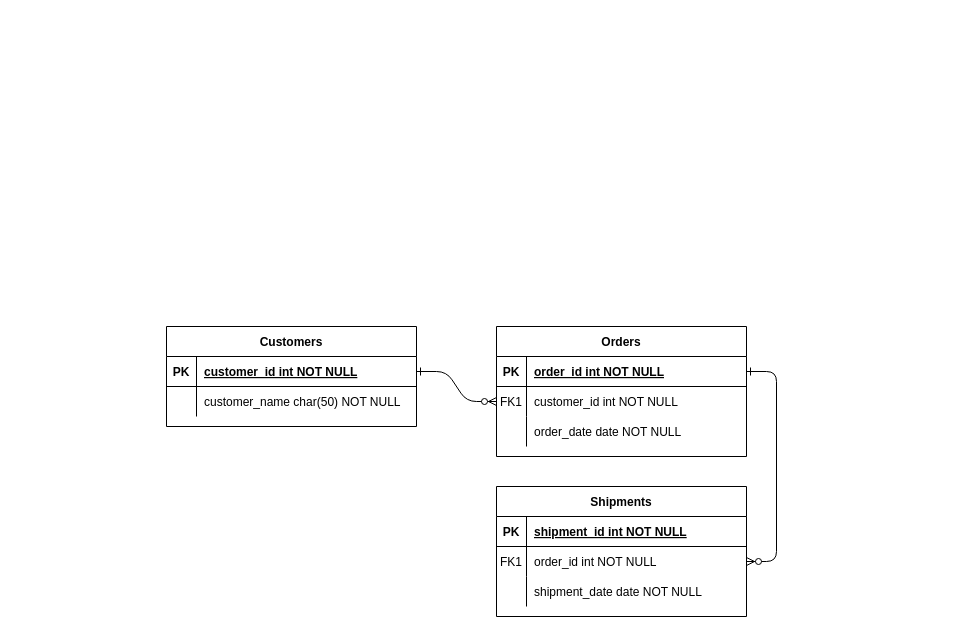
This is Transportadora.drawio from JonazOliveira/SQL-DIAGRAMS-ER, a draw.io file, before an edit. Source tidied: cells renumbered, new cells numbered last; positions are measured from the earlier drawing's top-left corner, leaving out a move shared by most shapes. Both pictures are drawn from the tidied source at 100%, with x=0, y=0 at pixel (166, 326).
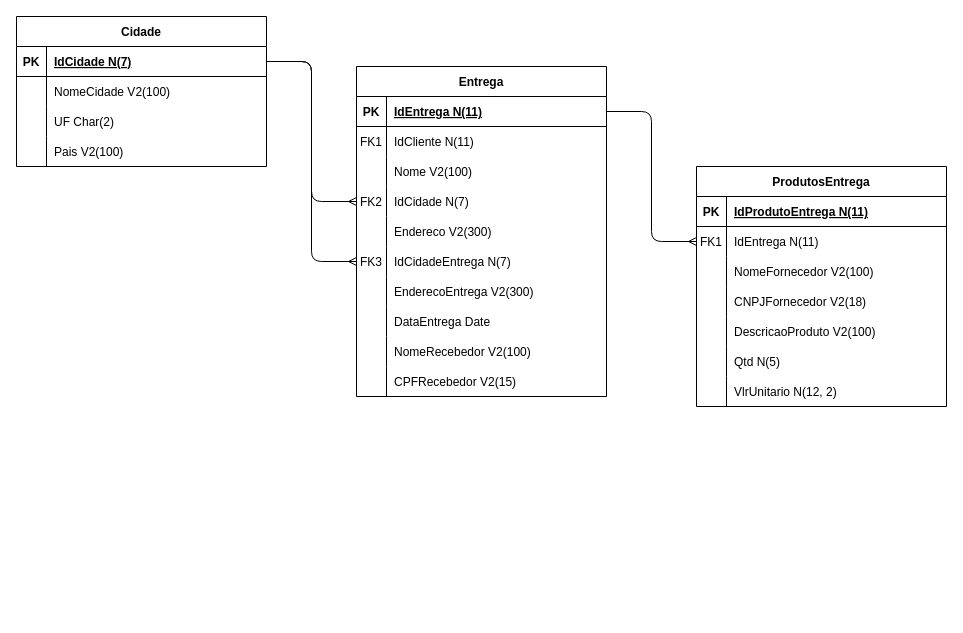
After the change.

The change refers to these unchanged cells:
```xml
<mxCell id="5" style="shape=partialRectangle;fillColor=none;points=[[0,0.5],[1,0.5]];portConstraint=eastwest;top=0;left=0;right=0;bottom=1;" parent="4" vertex="1">
  <mxGeometry y="30" width="250" height="30" as="geometry" />
</mxCell>
<mxCell id="8" style="shape=partialRectangle;fillColor=none;points=[[0,0.5],[1,0.5]];portConstraint=eastwest;top=0;left=0;right=0;bottom=0;" parent="4" vertex="1">
  <mxGeometry y="60" width="250" height="30" as="geometry" />
</mxCell>
<mxCell id="11" style="shape=partialRectangle;fillColor=none;top=0;left=0;right=0;bottom=0;" parent="4" vertex="1">
  <mxGeometry y="90" width="250" height="30" as="geometry" />
</mxCell>
<mxCell id="15" style="shape=partialRectangle;fillColor=none;top=0;left=0;right=0;bottom=1;" parent="14" vertex="1">
  <mxGeometry y="30" width="250" height="30" as="geometry" />
</mxCell>
<mxCell id="18" style="shape=partialRectangle;fillColor=none;points=[[0,0.5],[1,0.5]];portConstraint=eastwest;top=0;left=0;right=0;bottom=0;" parent="14" vertex="1">
  <mxGeometry y="60" width="250" height="30" as="geometry" />
</mxCell>
<mxCell id="21" style="shape=partialRectangle;fillColor=none;top=0;left=0;right=0;bottom=0;" parent="14" vertex="1">
  <mxGeometry y="90" width="250" height="30" as="geometry" />
</mxCell>
<mxCell id="25" style="shape=partialRectangle;fillColor=none;points=[[0,0.5],[1,0.5]];portConstraint=eastwest;top=0;left=0;right=0;bottom=1;" parent="24" vertex="1">
  <mxGeometry y="30" width="250" height="30" as="geometry" />
</mxCell>
```

The edit, as a diff of the source:
```diff
@@
-    <mxCell id="2" style="edgeStyle=entityRelationEdgeStyle;endArrow=ERzeroToMany;startArrow=ERone;endFill=1;startFill=0;" parent="1" edge="1" source="25" target="8">
-      <mxGeometry relative="1" as="geometry" />
-    </mxCell>
-    <mxCell id="3" style="edgeStyle=entityRelationEdgeStyle;endArrow=ERzeroToMany;startArrow=ERone;endFill=1;startFill=0;" parent="1" edge="1" source="5" target="18">
-      <mxGeometry relative="1" as="geometry" />
-    </mxCell>
-    <mxCell id="4" value="Orders" style="shape=table;startSize=30;childLayout=tableLayout;rowLines=0;fontStyle=1;align=center;" parent="1" vertex="1">
-      <mxGeometry x="330" width="250" height="130" as="geometry" />
+    <mxCell id="4" value="Cidade" style="shape=table;startSize=30;childLayout=tableLayout;rowLines=0;fontStyle=1;align=center;rounded=0;swimlaneLine=1;shadow=0;" parent="1" vertex="1">
+      <mxGeometry x="-150" y="-310" width="250" height="150" as="geometry" />
     </mxCell>
@@
-    <mxCell id="7" value="order_id int NOT NULL " style="shape=partialRectangle;overflow=hidden;fillColor=none;top=0;left=0;bottom=0;right=0;align=left;spacingLeft=6;fontStyle=5;" parent="5" vertex="1">
+    <mxCell id="7" value="IdCidade N(7)" style="shape=partialRectangle;overflow=hidden;fillColor=none;top=0;left=0;bottom=0;right=0;align=left;spacingLeft=6;fontStyle=5;" parent="5" vertex="1">
       <mxGeometry x="30" width="220" height="30" as="geometry" />
     </mxCell>
@@
-    <mxCell id="9" value="FK1" style="shape=partialRectangle;overflow=hidden;fillColor=none;top=0;left=0;bottom=0;right=0;" parent="8" vertex="1">
+    <mxCell id="9" style="shape=partialRectangle;overflow=hidden;fillColor=none;top=0;left=0;bottom=0;right=0;" parent="8" vertex="1">
       <mxGeometry width="30" height="30" as="geometry" />
     </mxCell>
-    <mxCell id="10" value="customer_id int NOT NULL" style="shape=partialRectangle;overflow=hidden;fillColor=none;top=0;left=0;bottom=0;right=0;align=left;spacingLeft=6;" parent="8" vertex="1">
+    <mxCell id="10" value="NomeCidade V2(100)" style="shape=partialRectangle;overflow=hidden;fillColor=none;top=0;left=0;bottom=0;right=0;align=left;spacingLeft=6;" parent="8" vertex="1">
       <mxGeometry x="30" width="220" height="30" as="geometry" />
     </mxCell>
@@
-    <mxCell id="13" value="order_date date NOT NULL" style="shape=partialRectangle;overflow=hidden;fillColor=none;top=0;left=0;bottom=0;right=0;align=left;spacingLeft=6;" parent="11" vertex="1">
+    <mxCell id="13" value="UF Char(2)" style="shape=partialRectangle;overflow=hidden;fillColor=none;top=0;left=0;bottom=0;right=0;align=left;spacingLeft=6;" parent="11" vertex="1">
       <mxGeometry x="30" width="220" height="30" as="geometry" />
     </mxCell>
+    <mxCell id="31" style="shape=partialRectangle;fillColor=none;top=0;left=0;right=0;bottom=0;" parent="4" vertex="1">
+      <mxGeometry y="120" width="250" height="30" as="geometry" />
+    </mxCell>
+    <mxCell id="32" style="shape=partialRectangle;overflow=hidden;fillColor=none;top=0;left=0;bottom=0;right=0;" parent="31" vertex="1">
+      <mxGeometry width="30" height="30" as="geometry" />
+    </mxCell>
+    <mxCell id="33" value="Pais V2(100)" style="shape=partialRectangle;overflow=hidden;fillColor=none;top=0;left=0;bottom=0;right=0;align=left;spacingLeft=6;" parent="31" vertex="1">
+      <mxGeometry x="30" width="220" height="30" as="geometry" />
+    </mxCell>
-    <mxCell id="14" value="Shipments" style="shape=table;startSize=30;childLayout=tableLayout;rowLines=0;fontStyle=1;align=center;" parent="1" vertex="1">
-      <mxGeometry x="330" y="160" width="250" height="130" as="geometry" />
+    <mxCell id="14" value="ProdutosEntrega" style="shape=table;startSize=30;childLayout=tableLayout;rowLines=0;fontStyle=1;align=center;" parent="1" vertex="1">
+      <mxGeometry x="530" y="-160" width="250" height="240" as="geometry" />
     </mxCell>
@@
-    <mxCell id="17" value="shipment_id int NOT NULL " style="shape=partialRectangle;overflow=hidden;fillColor=none;top=0;left=0;bottom=0;right=0;align=left;spacingLeft=6;fontStyle=5;" parent="15" vertex="1">
+    <mxCell id="17" value="IdProdutoEntrega N(11)" style="shape=partialRectangle;overflow=hidden;fillColor=none;top=0;left=0;bottom=0;right=0;align=left;spacingLeft=6;fontStyle=5;" parent="15" vertex="1">
       <mxGeometry x="30" width="220" height="30" as="geometry" />
     </mxCell>
@@
-    <mxCell id="20" value="order_id int NOT NULL" style="shape=partialRectangle;overflow=hidden;fillColor=none;top=0;left=0;bottom=0;right=0;align=left;spacingLeft=6;" parent="18" vertex="1">
+    <mxCell id="20" value="IdEntrega N(11)" style="shape=partialRectangle;overflow=hidden;fillColor=none;top=0;left=0;bottom=0;right=0;align=left;spacingLeft=6;" parent="18" vertex="1">
       <mxGeometry x="30" width="220" height="30" as="geometry" />
     </mxCell>
@@
-    <mxCell id="23" value="shipment_date date NOT NULL" style="shape=partialRectangle;overflow=hidden;fillColor=none;top=0;left=0;bottom=0;right=0;align=left;spacingLeft=6;" parent="21" vertex="1">
+    <mxCell id="23" value="NomeFornecedor V2(100)" style="shape=partialRectangle;overflow=hidden;fillColor=none;top=0;left=0;bottom=0;right=0;align=left;spacingLeft=6;" parent="21" vertex="1">
       <mxGeometry x="30" width="220" height="30" as="geometry" />
     </mxCell>
+    <mxCell id="34" style="shape=partialRectangle;fillColor=none;top=0;left=0;right=0;bottom=0;" parent="14" vertex="1">
+      <mxGeometry y="120" width="250" height="30" as="geometry" />
+    </mxCell>
+    <mxCell id="35" style="shape=partialRectangle;overflow=hidden;fillColor=none;top=0;left=0;bottom=0;right=0;" parent="34" vertex="1">
+      <mxGeometry width="30" height="30" as="geometry" />
+    </mxCell>
+    <mxCell id="36" value="CNPJFornecedor V2(18)" style="shape=partialRectangle;overflow=hidden;fillColor=none;top=0;left=0;bottom=0;right=0;align=left;spacingLeft=6;" parent="34" vertex="1">
+      <mxGeometry x="30" width="220" height="30" as="geometry" />
+    </mxCell>
+    <mxCell id="37" style="shape=partialRectangle;fillColor=none;top=0;left=0;right=0;bottom=0;" parent="14" vertex="1">
+      <mxGeometry y="150" width="250" height="30" as="geometry" />
+    </mxCell>
+    <mxCell id="38" style="shape=partialRectangle;overflow=hidden;fillColor=none;top=0;left=0;bottom=0;right=0;" parent="37" vertex="1">
+      <mxGeometry width="30" height="30" as="geometry" />
+    </mxCell>
+    <mxCell id="39" value="DescricaoProduto V2(100)" style="shape=partialRectangle;overflow=hidden;fillColor=none;top=0;left=0;bottom=0;right=0;align=left;spacingLeft=6;" parent="37" vertex="1">
+      <mxGeometry x="30" width="220" height="30" as="geometry" />
+    </mxCell>
+    <mxCell id="40" style="shape=partialRectangle;fillColor=none;top=0;left=0;right=0;bottom=0;" parent="14" vertex="1">
+      <mxGeometry y="180" width="250" height="30" as="geometry" />
+    </mxCell>
+    <mxCell id="41" style="shape=partialRectangle;overflow=hidden;fillColor=none;top=0;left=0;bottom=0;right=0;" parent="40" vertex="1">
+      <mxGeometry width="30" height="30" as="geometry" />
+    </mxCell>
+    <mxCell id="42" value="Qtd N(5)" style="shape=partialRectangle;overflow=hidden;fillColor=none;top=0;left=0;bottom=0;right=0;align=left;spacingLeft=6;" parent="40" vertex="1">
+      <mxGeometry x="30" width="220" height="30" as="geometry" />
+    </mxCell>
+    <mxCell id="43" style="shape=partialRectangle;fillColor=none;top=0;left=0;right=0;bottom=0;" parent="14" vertex="1">
+      <mxGeometry y="210" width="250" height="30" as="geometry" />
+    </mxCell>
+    <mxCell id="44" style="shape=partialRectangle;overflow=hidden;fillColor=none;top=0;left=0;bottom=0;right=0;" parent="43" vertex="1">
+      <mxGeometry width="30" height="30" as="geometry" />
+    </mxCell>
+    <mxCell id="45" value="VlrUnitario N(12, 2)" style="shape=partialRectangle;overflow=hidden;fillColor=none;top=0;left=0;bottom=0;right=0;align=left;spacingLeft=6;" parent="43" vertex="1">
+      <mxGeometry x="30" width="220" height="30" as="geometry" />
+    </mxCell>
-    <mxCell id="24" value="Customers" style="shape=table;startSize=30;childLayout=tableLayout;rowLines=0;fontStyle=1;align=center;" parent="1" vertex="1">
-      <mxGeometry width="250" height="100" as="geometry" />
+    <mxCell id="24" value="Entrega" style="shape=table;startSize=30;childLayout=tableLayout;rowLines=0;fontStyle=1;align=center;" parent="1" vertex="1">
+      <mxGeometry x="190" y="-260" width="250" height="330" as="geometry" />
     </mxCell>
@@
-    <mxCell id="27" value="customer_id int NOT NULL " style="shape=partialRectangle;overflow=hidden;fillColor=none;top=0;left=0;bottom=0;right=0;align=left;spacingLeft=6;fontStyle=5;" parent="25" vertex="1">
+    <mxCell id="27" value="IdEntrega N(11)" style="shape=partialRectangle;overflow=hidden;fillColor=none;top=0;left=0;bottom=0;right=0;align=left;spacingLeft=6;fontStyle=5;" parent="25" vertex="1">
       <mxGeometry x="30" width="220" height="30" as="geometry" />
     </mxCell>
+    <mxCell id="46" style="shape=partialRectangle;fillColor=none;top=0;left=0;right=0;bottom=0;" parent="24" vertex="1">
+      <mxGeometry y="60" width="250" height="30" as="geometry" />
+    </mxCell>
+    <mxCell id="47" value="FK1" style="shape=partialRectangle;overflow=hidden;fillColor=none;top=0;left=0;bottom=0;right=0;" parent="46" vertex="1">
+      <mxGeometry width="30" height="30" as="geometry" />
+    </mxCell>
+    <mxCell id="48" value="IdCliente N(11)" style="shape=partialRectangle;overflow=hidden;fillColor=none;top=0;left=0;bottom=0;right=0;align=left;spacingLeft=6;" parent="46" vertex="1">
+      <mxGeometry x="30" width="220" height="30" as="geometry" />
+    </mxCell>
     <mxCell id="28" style="shape=partialRectangle;fillColor=none;top=0;left=0;right=0;bottom=0;" parent="24" vertex="1">
-      <mxGeometry y="60" width="250" height="30" as="geometry" />
+      <mxGeometry y="90" width="250" height="30" as="geometry" />
     </mxCell>
@@
-    <mxCell id="30" value="customer_name char(50) NOT NULL" style="shape=partialRectangle;overflow=hidden;fillColor=none;top=0;left=0;bottom=0;right=0;align=left;spacingLeft=6;" parent="28" vertex="1">
+    <mxCell id="30" value="Nome V2(100)" style="shape=partialRectangle;overflow=hidden;fillColor=none;top=0;left=0;bottom=0;right=0;align=left;spacingLeft=6;" parent="28" vertex="1">
       <mxGeometry x="30" width="220" height="30" as="geometry" />
     </mxCell>
+    <mxCell id="49" style="shape=partialRectangle;fillColor=none;points=[[0,0.5],[1,0.5]];portConstraint=eastwest;top=0;left=0;right=0;bottom=0;" parent="24" vertex="1">
+      <mxGeometry y="120" width="250" height="30" as="geometry" />
+    </mxCell>
+    <mxCell id="50" value="FK2" style="shape=partialRectangle;overflow=hidden;fillColor=none;top=0;left=0;bottom=0;right=0;" parent="49" vertex="1">
+      <mxGeometry width="30" height="30" as="geometry" />
+    </mxCell>
+    <mxCell id="51" value="IdCidade N(7)" style="shape=partialRectangle;overflow=hidden;fillColor=none;top=0;left=0;bottom=0;right=0;align=left;spacingLeft=6;" parent="49" vertex="1">
+      <mxGeometry x="30" width="220" height="30" as="geometry" />
+    </mxCell>
+    <mxCell id="52" style="shape=partialRectangle;fillColor=none;top=0;left=0;right=0;bottom=0;" parent="24" vertex="1">
+      <mxGeometry y="150" width="250" height="30" as="geometry" />
+    </mxCell>
+    <mxCell id="53" style="shape=partialRectangle;overflow=hidden;fillColor=none;top=0;left=0;bottom=0;right=0;" parent="52" vertex="1">
+      <mxGeometry width="30" height="30" as="geometry" />
+    </mxCell>
+    <mxCell id="54" value="Endereco V2(300)" style="shape=partialRectangle;overflow=hidden;fillColor=none;top=0;left=0;bottom=0;right=0;align=left;spacingLeft=6;" parent="52" vertex="1">
+      <mxGeometry x="30" width="220" height="30" as="geometry" />
+    </mxCell>
+    <mxCell id="55" style="shape=partialRectangle;fillColor=none;points=[[0,0.5],[1,0.5]];portConstraint=eastwest;top=0;left=0;right=0;bottom=0;" parent="24" vertex="1">
+      <mxGeometry y="180" width="250" height="30" as="geometry" />
+    </mxCell>
+    <mxCell id="56" value="FK3" style="shape=partialRectangle;overflow=hidden;fillColor=none;top=0;left=0;bottom=0;right=0;" parent="55" vertex="1">
+      <mxGeometry width="30" height="30" as="geometry" />
+    </mxCell>
+    <mxCell id="57" value="IdCidadeEntrega N(7)" style="shape=partialRectangle;overflow=hidden;fillColor=none;top=0;left=0;bottom=0;right=0;align=left;spacingLeft=6;" parent="55" vertex="1">
+      <mxGeometry x="30" width="220" height="30" as="geometry" />
+    </mxCell>
+    <mxCell id="58" style="shape=partialRectangle;fillColor=none;top=0;left=0;right=0;bottom=0;" parent="24" vertex="1">
+      <mxGeometry y="210" width="250" height="30" as="geometry" />
+    </mxCell>
+    <mxCell id="59" style="shape=partialRectangle;overflow=hidden;fillColor=none;top=0;left=0;bottom=0;right=0;" parent="58" vertex="1">
+      <mxGeometry width="30" height="30" as="geometry" />
+    </mxCell>
+    <mxCell id="60" value="EnderecoEntrega V2(300)" style="shape=partialRectangle;overflow=hidden;fillColor=none;top=0;left=0;bottom=0;right=0;align=left;spacingLeft=6;" parent="58" vertex="1">
+      <mxGeometry x="30" width="220" height="30" as="geometry" />
+    </mxCell>
+    <mxCell id="61" style="shape=partialRectangle;fillColor=none;top=0;left=0;right=0;bottom=0;" parent="24" vertex="1">
+      <mxGeometry y="240" width="250" height="30" as="geometry" />
+    </mxCell>
+    <mxCell id="62" style="shape=partialRectangle;overflow=hidden;fillColor=none;top=0;left=0;bottom=0;right=0;" parent="61" vertex="1">
+      <mxGeometry width="30" height="30" as="geometry" />
+    </mxCell>
+    <mxCell id="63" value="DataEntrega Date" style="shape=partialRectangle;overflow=hidden;fillColor=none;top=0;left=0;bottom=0;right=0;align=left;spacingLeft=6;" parent="61" vertex="1">
+      <mxGeometry x="30" width="220" height="30" as="geometry" />
+    </mxCell>
+    <mxCell id="64" style="shape=partialRectangle;fillColor=none;top=0;left=0;right=0;bottom=0;" parent="24" vertex="1">
+      <mxGeometry y="270" width="250" height="30" as="geometry" />
+    </mxCell>
+    <mxCell id="65" style="shape=partialRectangle;overflow=hidden;fillColor=none;top=0;left=0;bottom=0;right=0;" parent="64" vertex="1">
+      <mxGeometry width="30" height="30" as="geometry" />
+    </mxCell>
+    <mxCell id="66" value="NomeRecebedor V2(100)" style="shape=partialRectangle;overflow=hidden;fillColor=none;top=0;left=0;bottom=0;right=0;align=left;spacingLeft=6;" parent="64" vertex="1">
+      <mxGeometry x="30" width="220" height="30" as="geometry" />
+    </mxCell>
+    <mxCell id="67" style="shape=partialRectangle;fillColor=none;top=0;left=0;right=0;bottom=0;" parent="24" vertex="1">
+      <mxGeometry y="300" width="250" height="30" as="geometry" />
+    </mxCell>
+    <mxCell id="68" style="shape=partialRectangle;overflow=hidden;fillColor=none;top=0;left=0;bottom=0;right=0;" parent="67" vertex="1">
+      <mxGeometry width="30" height="30" as="geometry" />
+    </mxCell>
+    <mxCell id="69" value="CPFRecebedor V2(15)" style="shape=partialRectangle;overflow=hidden;fillColor=none;top=0;left=0;bottom=0;right=0;align=left;spacingLeft=6;" parent="67" vertex="1">
+      <mxGeometry x="30" width="220" height="30" as="geometry" />
+    </mxCell>
+    <mxCell id="70" style="edgeStyle=orthogonalEdgeStyle;rounded=1;jettySize=auto;html=1;exitX=1;exitY=0.5;exitDx=0;exitDy=0;entryX=0;entryY=0.5;entryDx=0;entryDy=0;endArrow=ERmany;endFill=0;curved=0;" parent="1" edge="1" source="5" target="49">
+      <mxGeometry relative="1" as="geometry" />
+    </mxCell>
+    <mxCell id="71" style="edgeStyle=orthogonalEdgeStyle;rounded=1;jettySize=auto;html=1;exitX=1;exitY=0.5;exitDx=0;exitDy=0;entryX=0;entryY=0.5;entryDx=0;entryDy=0;endArrow=ERmany;endFill=0;curved=0;" parent="1" edge="1" source="25" target="18">
+      <mxGeometry relative="1" as="geometry" />
+    </mxCell>
+    <mxCell id="72" style="edgeStyle=orthogonalEdgeStyle;rounded=0;jettySize=auto;html=1;exitX=1;exitY=0.5;exitDx=0;exitDy=0;entryX=0;entryY=0.5;entryDx=0;entryDy=0;endArrow=ERmany;endFill=0;" parent="1" edge="1" source="5">
+      <mxGeometry relative="1" as="geometry" />
+    </mxCell>
+    <mxCell id="73" style="edgeStyle=orthogonalEdgeStyle;rounded=1;jettySize=auto;html=1;exitX=1;exitY=0.5;exitDx=0;exitDy=0;endArrow=ERmany;endFill=0;curved=0;" parent="1" edge="1" source="5" target="55">
+      <mxGeometry relative="1" as="geometry" />
+    </mxCell>
```
